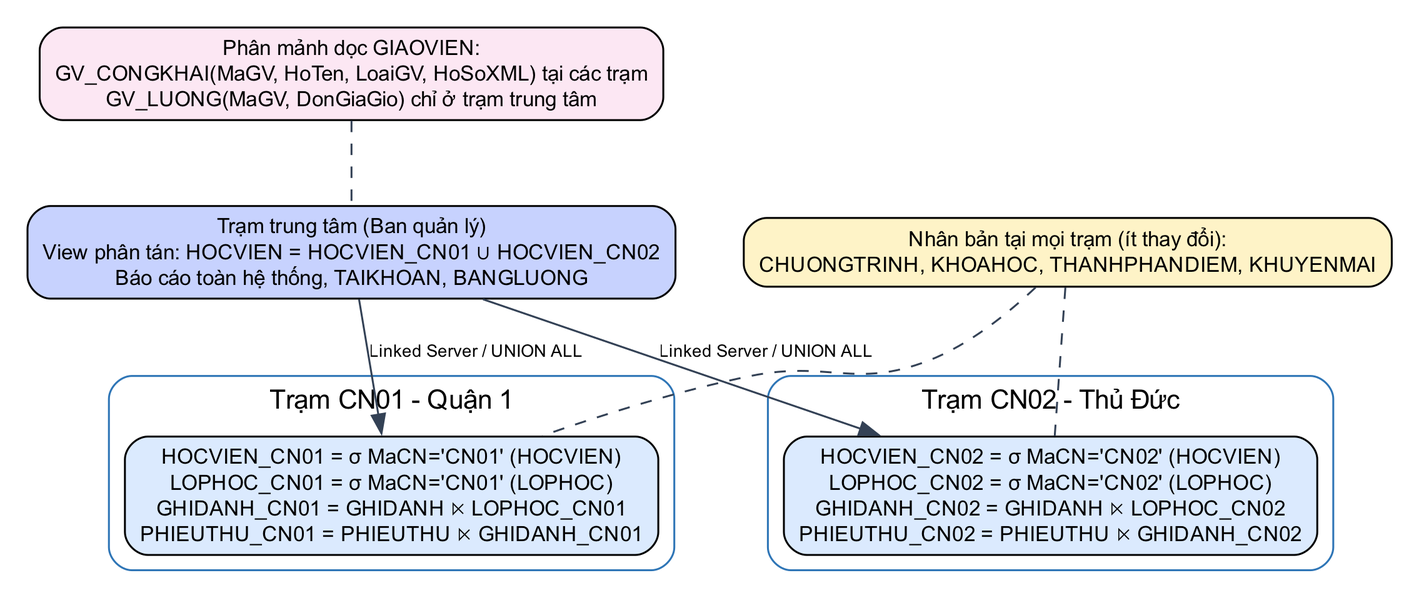
This is docs/report/images/diagrams/phan_tan.png from nhutruong-uit/imcp, a Graphviz export, as it was before one commit. Its source is kept beside it as docs/report/diagrams/phan_tan.dot. Source of this version:
```dot
digraph DDB {
  graph [rankdir=TB, fontname="Arial", dpi=220, pad=0.2, nodesep=0.5, ranksep=0.6];
  node  [fontname="Arial", fontsize=11, shape=box, style="rounded,filled"];
  edge  [color="#334155", fontname="Arial", fontsize=9];
  C [label="Trạm trung tâm (Ban quản lý)\nView phân tán: HOCVIEN = HOCVIEN_CN01 ∪ HOCVIEN_CN02\nBáo cáo toàn hệ thống, TAIKHOAN, BANGLUONG", fillcolor="#C7D2FE"];
  subgraph cluster_q1 { label="Trạm CN01 - Quận 1"; style=rounded; color="#2E75B6";
    q1 [label="HOCVIEN_CN01 = σ MaCN='CN01' (HOCVIEN)\nLOPHOC_CN01 = σ MaCN='CN01' (LOPHOC)\nGHIDANH_CN01 = GHIDANH ⋉ LOPHOC_CN01\nPHIEUTHU_CN01 = PHIEUTHU ⋉ GHIDANH_CN01", fillcolor="#DBEAFE"]; }
  subgraph cluster_td { label="Trạm CN02 - Thủ Đức"; style=rounded; color="#2E75B6";
    td [label="HOCVIEN_CN02 = σ MaCN='CN02' (HOCVIEN)\nLOPHOC_CN02 = σ MaCN='CN02' (LOPHOC)\nGHIDANH_CN02 = GHIDANH ⋉ LOPHOC_CN02\nPHIEUTHU_CN02 = PHIEUTHU ⋉ GHIDANH_CN02", fillcolor="#DBEAFE"]; }
  R [label="Nhân bản tại mọi trạm (ít thay đổi):\nCHUONGTRINH, KHOAHOC, THANHPHANDIEM, KHUYENMAI", fillcolor="#FEF3C7"];
  V [label="Phân mảnh dọc GIAOVIEN:\nGV_CONGKHAI(MaGV, HoTen, LoaiGV, HoSoXML) tại các trạm\nGV_LUONG(MaGV, DonGiaGio) chỉ ở trạm trung tâm", fillcolor="#FCE7F3"];
  C -> q1 [label="Linked Server / UNION ALL"]; C -> td [label="Linked Server / UNION ALL"];
  R -> q1 [style=dashed, arrowhead=none]; R -> td [style=dashed, arrowhead=none]; V -> C [style=dashed, arrowhead=none];
}
```
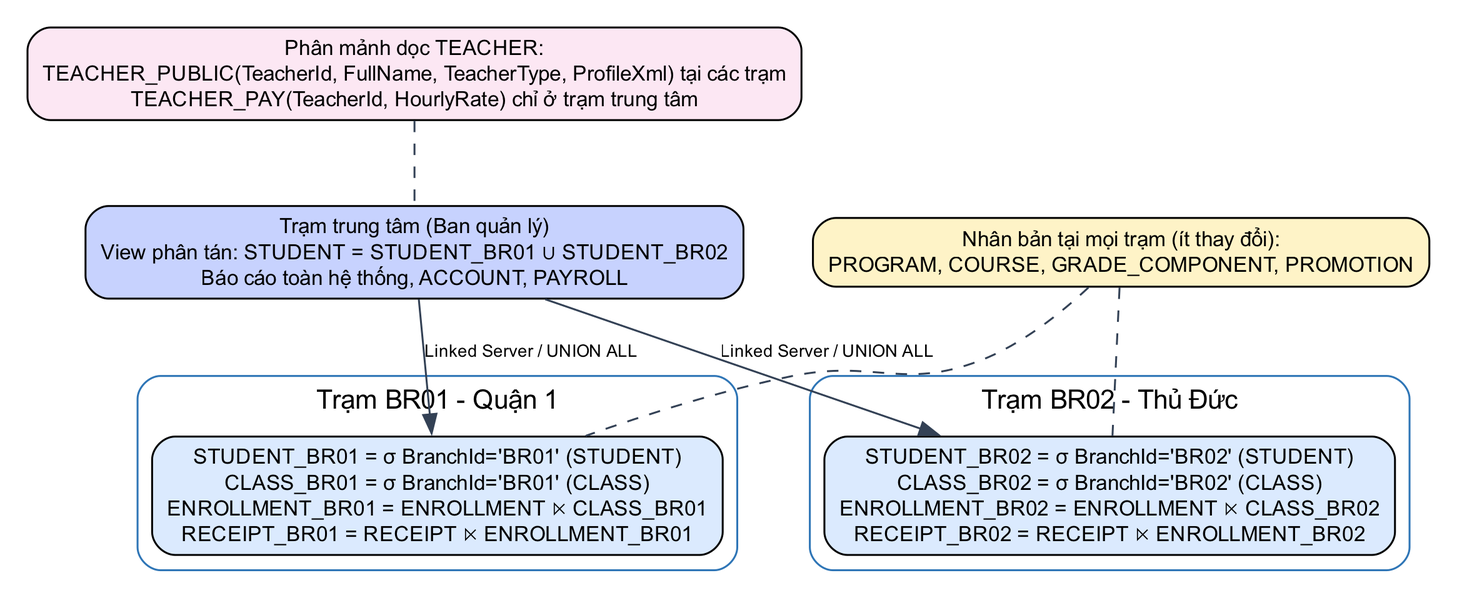
After the commit.

What changed in the source:
```diff
@@ -2,13 +2,13 @@
   graph [rankdir=TB, fontname="Arial", dpi=220, pad=0.2, nodesep=0.5, ranksep=0.6];
   node  [fontname="Arial", fontsize=11, shape=box, style="rounded,filled"];
   edge  [color="#334155", fontname="Arial", fontsize=9];
-  C [label="Trạm trung tâm (Ban quản lý)\nView phân tán: HOCVIEN = HOCVIEN_CN01 ∪ HOCVIEN_CN02\nBáo cáo toàn hệ thống, TAIKHOAN, BANGLUONG", fillcolor="#C7D2FE"];
-  subgraph cluster_q1 { label="Trạm CN01 - Quận 1"; style=rounded; color="#2E75B6";
-    q1 [label="HOCVIEN_CN01 = σ MaCN='CN01' (HOCVIEN)\nLOPHOC_CN01 = σ MaCN='CN01' (LOPHOC)\nGHIDANH_CN01 = GHIDANH ⋉ LOPHOC_CN01\nPHIEUTHU_CN01 = PHIEUTHU ⋉ GHIDANH_CN01", fillcolor="#DBEAFE"]; }
-  subgraph cluster_td { label="Trạm CN02 - Thủ Đức"; style=rounded; color="#2E75B6";
-    td [label="HOCVIEN_CN02 = σ MaCN='CN02' (HOCVIEN)\nLOPHOC_CN02 = σ MaCN='CN02' (LOPHOC)\nGHIDANH_CN02 = GHIDANH ⋉ LOPHOC_CN02\nPHIEUTHU_CN02 = PHIEUTHU ⋉ GHIDANH_CN02", fillcolor="#DBEAFE"]; }
-  R [label="Nhân bản tại mọi trạm (ít thay đổi):\nCHUONGTRINH, KHOAHOC, THANHPHANDIEM, KHUYENMAI", fillcolor="#FEF3C7"];
-  V [label="Phân mảnh dọc GIAOVIEN:\nGV_CONGKHAI(MaGV, HoTen, LoaiGV, HoSoXML) tại các trạm\nGV_LUONG(MaGV, DonGiaGio) chỉ ở trạm trung tâm", fillcolor="#FCE7F3"];
+  C [label="Trạm trung tâm (Ban quản lý)\nView phân tán: STUDENT = STUDENT_BR01 ∪ STUDENT_BR02\nBáo cáo toàn hệ thống, ACCOUNT, PAYROLL", fillcolor="#C7D2FE"];
+  subgraph cluster_q1 { label="Trạm BR01 - Quận 1"; style=rounded; color="#2E75B6";
+    q1 [label="STUDENT_BR01 = σ BranchId='BR01' (STUDENT)\nCLASS_BR01 = σ BranchId='BR01' (CLASS)\nENROLLMENT_BR01 = ENROLLMENT ⋉ CLASS_BR01\nRECEIPT_BR01 = RECEIPT ⋉ ENROLLMENT_BR01", fillcolor="#DBEAFE"]; }
+  subgraph cluster_td { label="Trạm BR02 - Thủ Đức"; style=rounded; color="#2E75B6";
+    td [label="STUDENT_BR02 = σ BranchId='BR02' (STUDENT)\nCLASS_BR02 = σ BranchId='BR02' (CLASS)\nENROLLMENT_BR02 = ENROLLMENT ⋉ CLASS_BR02\nRECEIPT_BR02 = RECEIPT ⋉ ENROLLMENT_BR02", fillcolor="#DBEAFE"]; }
+  R [label="Nhân bản tại mọi trạm (ít thay đổi):\nPROGRAM, COURSE, GRADE_COMPONENT, PROMOTION", fillcolor="#FEF3C7"];
+  V [label="Phân mảnh dọc TEACHER:\nTEACHER_PUBLIC(TeacherId, FullName, TeacherType, ProfileXml) tại các trạm\nTEACHER_PAY(TeacherId, HourlyRate) chỉ ở trạm trung tâm", fillcolor="#FCE7F3"];
   C -> q1 [label="Linked Server / UNION ALL"]; C -> td [label="Linked Server / UNION ALL"];
   R -> q1 [style=dashed, arrowhead=none]; R -> td [style=dashed, arrowhead=none]; V -> C [style=dashed, arrowhead=none];
 }
```
